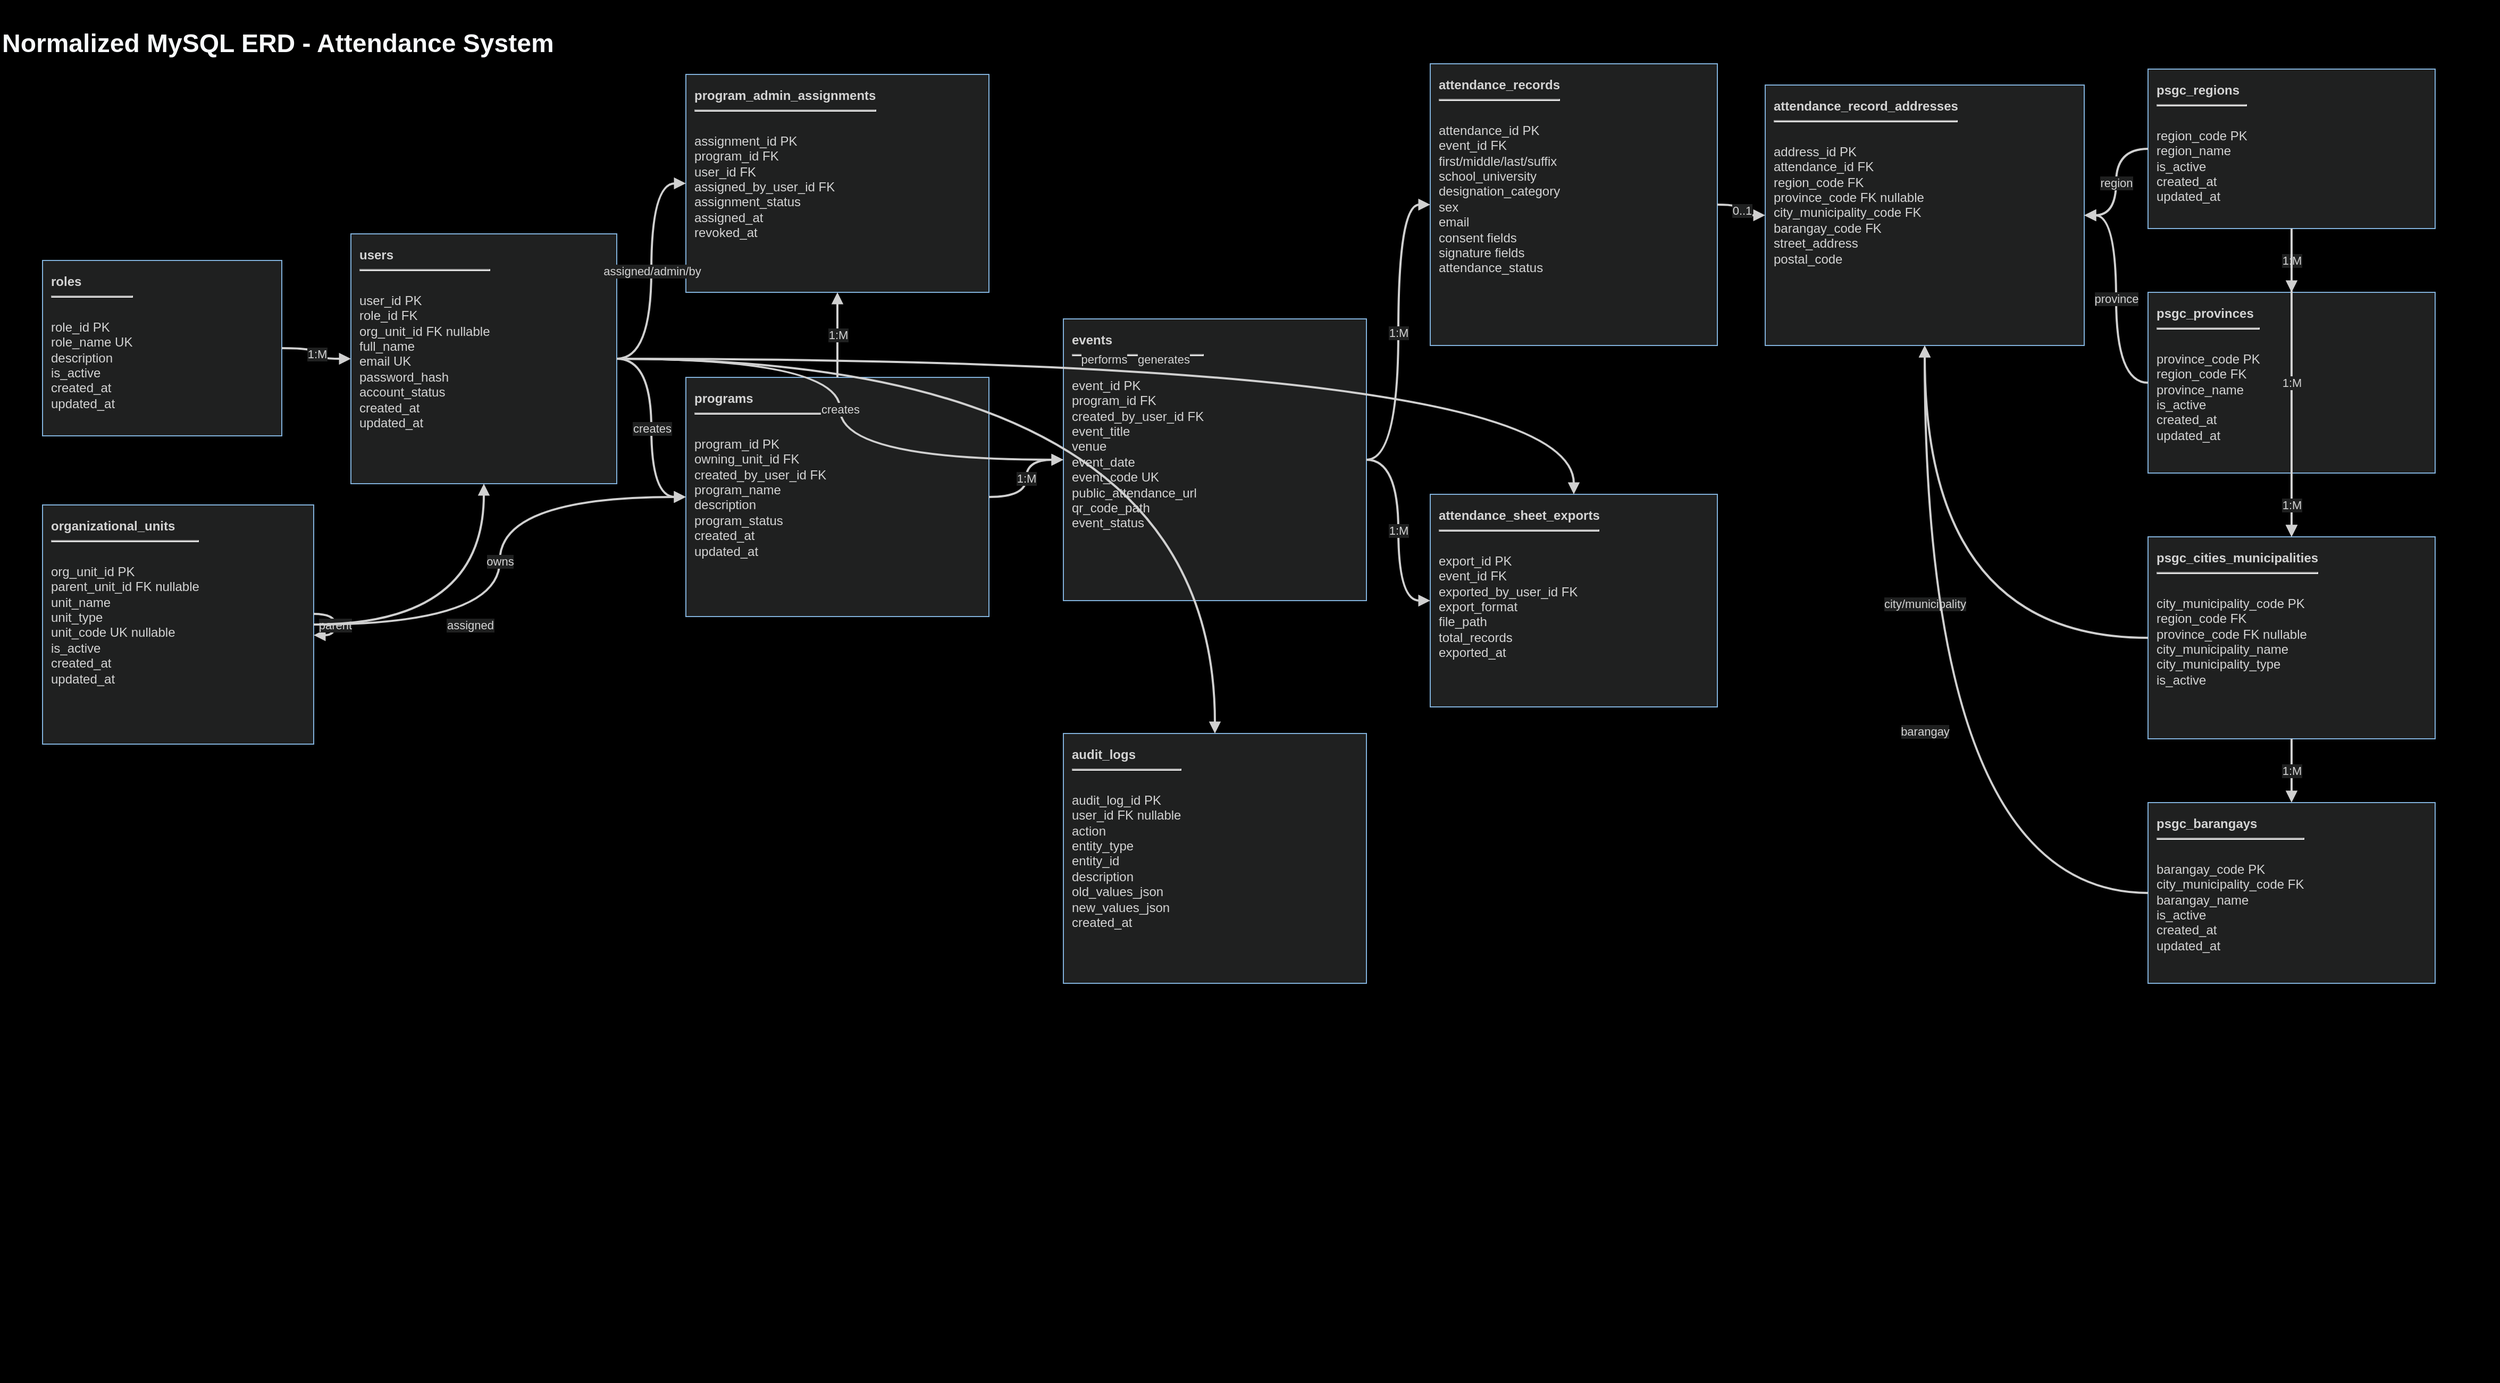
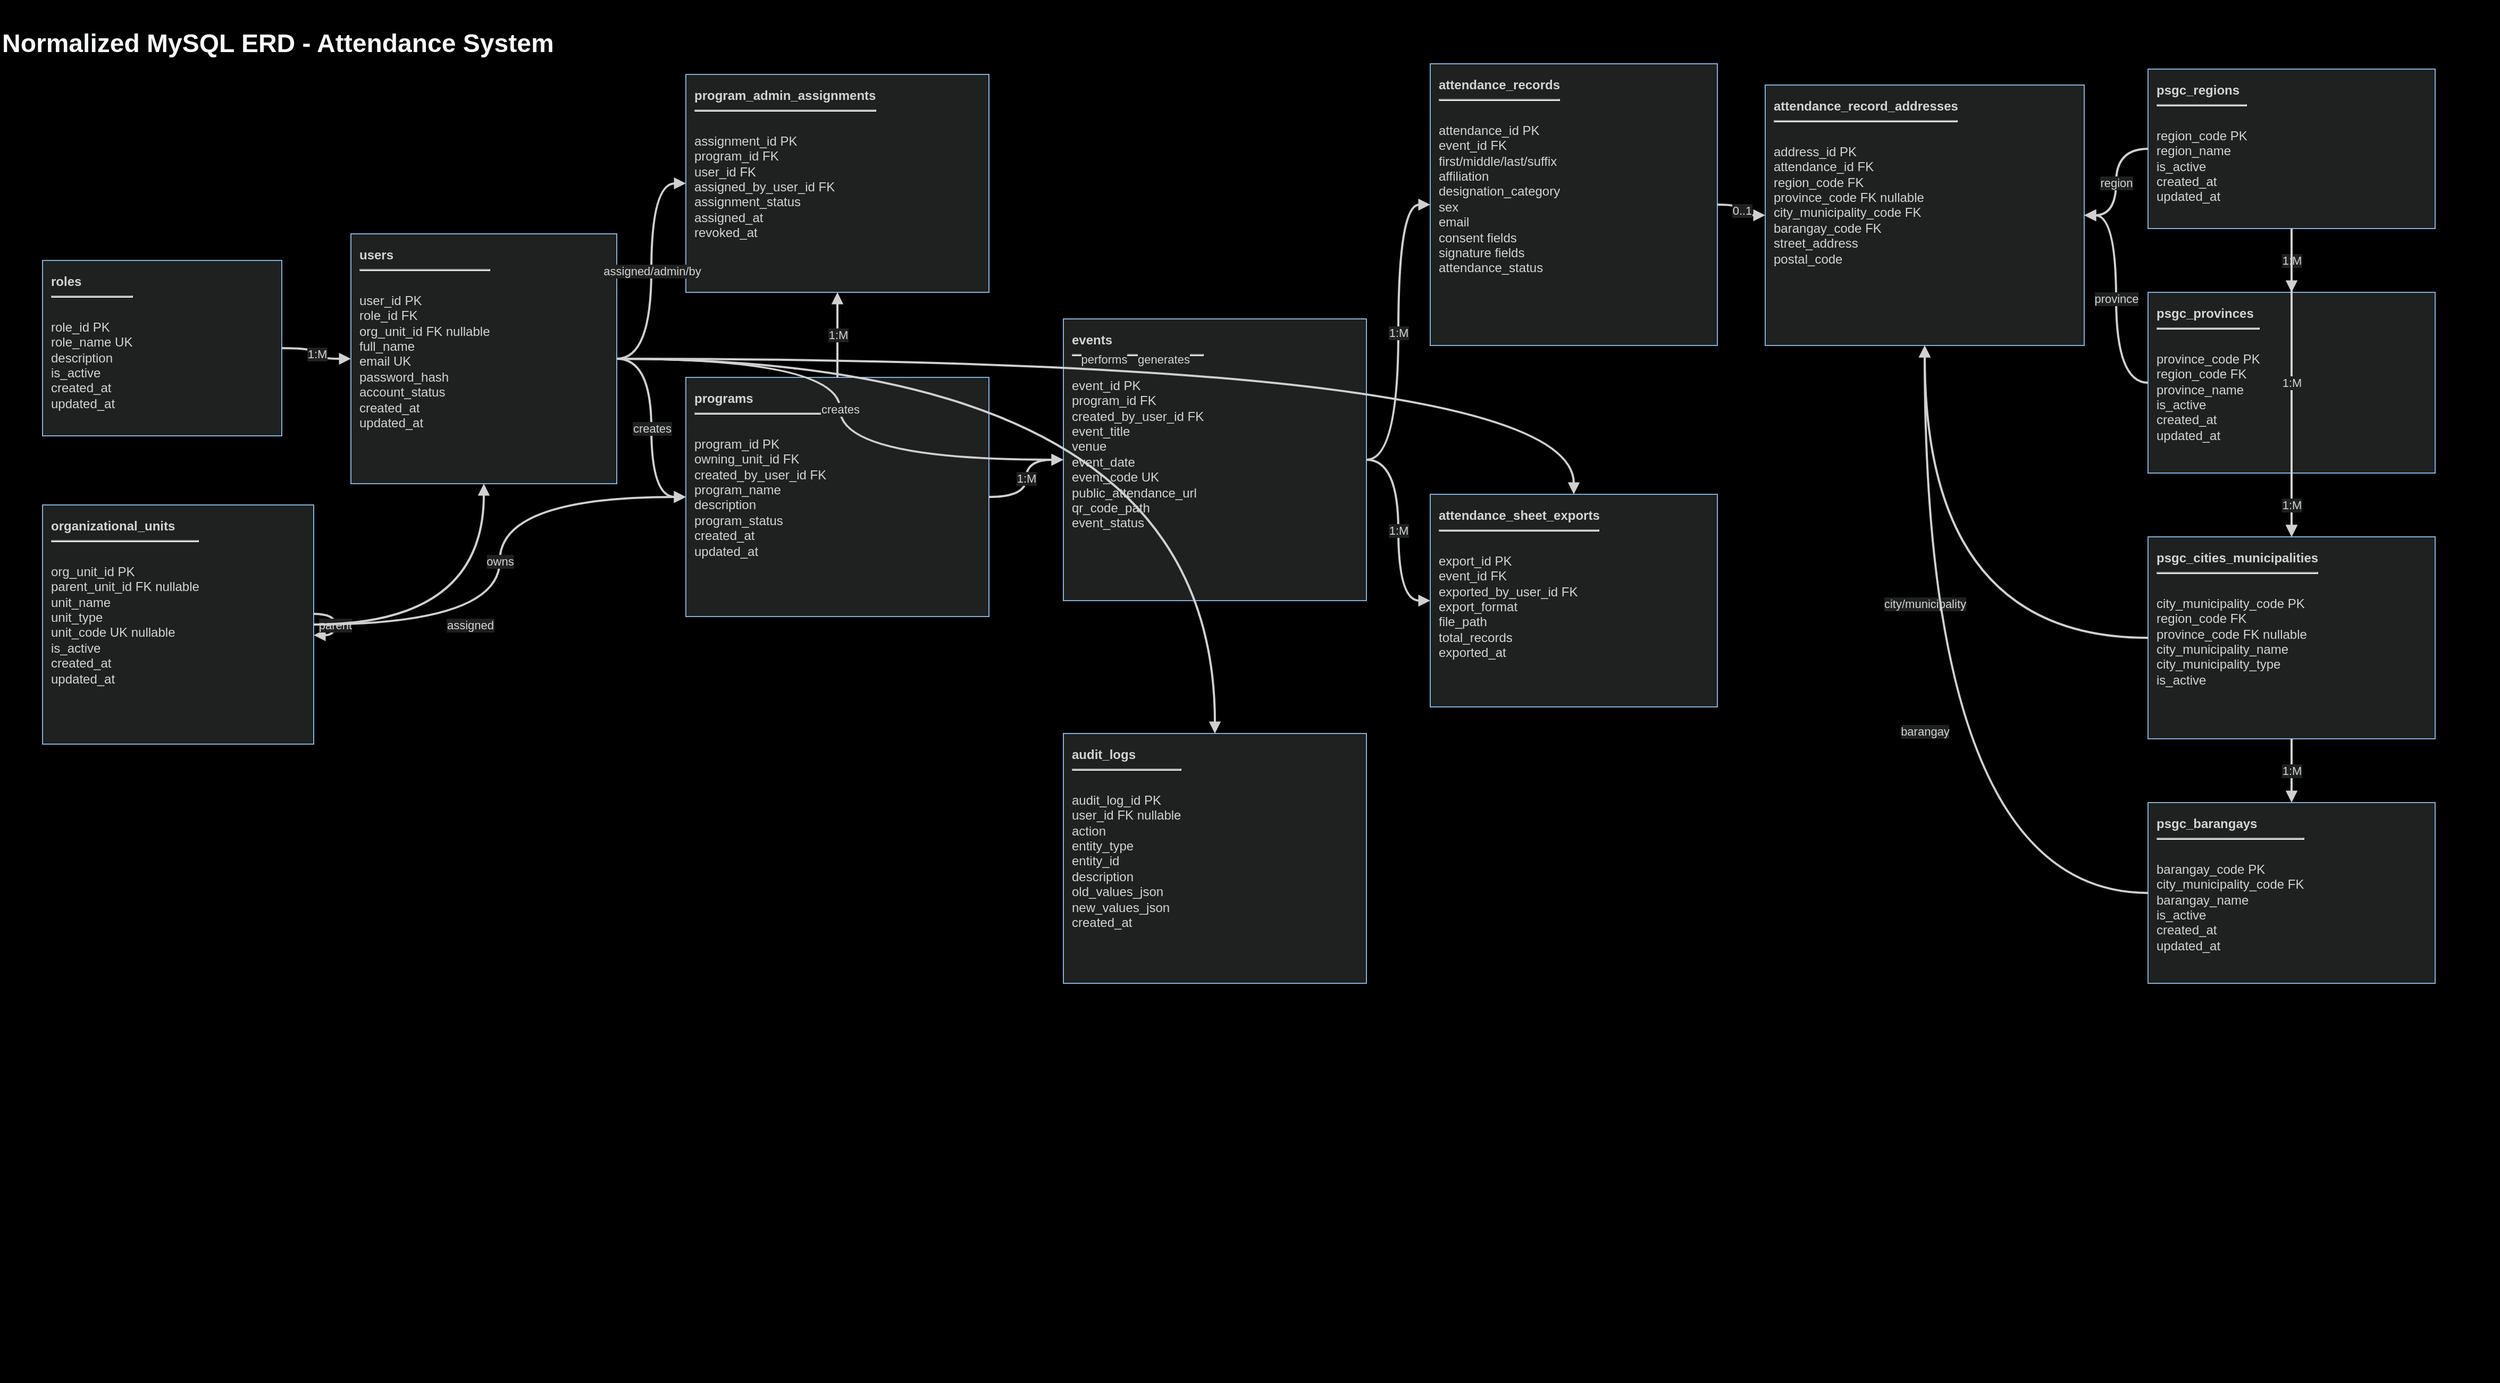
<?xml version='1.0' encoding='utf-8'?>
- <mxfile host="app.diagrams.net"><diagram name="Normalized MySQL ERD - Attendance System"><mxGraphModel dx="2350" dy="1300" grid="1" gridSize="10" guides="1" tooltips="1" connect="1" arrows="1" fold="1" page="1" pageScale="1" pageWidth="2350" pageHeight="1300" background="#000000" math="0" shadow="0"><root><mxCell id="0" /><mxCell id="1" parent="0" /><mxCell id="background" value="" style="rounded=0;whiteSpace=wrap;html=1;fillColor=#000000;strokeColor=none;locked=1;" vertex="1" parent="1"><mxGeometry x="0" y="0" width="2350" height="1300" as="geometry" /></mxCell><mxCell id="title" value="Normalized MySQL ERD - Attendance System" style="text;html=1;strokeColor=none;fillColor=none;fontColor=#f8fafc;fontStyle=1;fontSize=24;" vertex="1" parent="1"><mxGeometry x="0" y="20" width="2350" height="40" as="geometry" /></mxCell><mxCell id="roles" value="&lt;b&gt;roles&lt;/b&gt;&lt;br&gt;&lt;hr&gt;&lt;br&gt;role_id PK&lt;br&gt;role_name UK&lt;br&gt;description&lt;br&gt;is_active&lt;br&gt;created_at&lt;br&gt;updated_at" style="rounded=0;whiteSpace=wrap;html=1;strokeColor=#81B1DB;fillColor=#1f2020;fontColor=#d4d4d4;fontSize=12;spacing=8;align=left;verticalAlign=top;" vertex="1" parent="1"><mxGeometry x="40" y="245" width="225" height="165" as="geometry" /></mxCell><mxCell id="users" value="&lt;b&gt;users&lt;/b&gt;&lt;br&gt;&lt;hr&gt;&lt;br&gt;user_id PK&lt;br&gt;role_id FK&lt;br&gt;org_unit_id FK nullable&lt;br&gt;full_name&lt;br&gt;email UK&lt;br&gt;password_hash&lt;br&gt;account_status&lt;br&gt;created_at&lt;br&gt;updated_at" style="rounded=0;whiteSpace=wrap;html=1;strokeColor=#81B1DB;fillColor=#1f2020;fontColor=#d4d4d4;fontSize=12;spacing=8;align=left;verticalAlign=top;" vertex="1" parent="1"><mxGeometry x="330" y="220" width="250" height="235" as="geometry" /></mxCell><mxCell id="org_units" value="&lt;b&gt;organizational_units&lt;/b&gt;&lt;br&gt;&lt;hr&gt;&lt;br&gt;org_unit_id PK&lt;br&gt;parent_unit_id FK nullable&lt;br&gt;unit_name&lt;br&gt;unit_type&lt;br&gt;unit_code UK nullable&lt;br&gt;is_active&lt;br&gt;created_at&lt;br&gt;updated_at" style="rounded=0;whiteSpace=wrap;html=1;strokeColor=#81B1DB;fillColor=#1f2020;fontColor=#d4d4d4;fontSize=12;spacing=8;align=left;verticalAlign=top;" vertex="1" parent="1"><mxGeometry x="40" y="475" width="255" height="225" as="geometry" /></mxCell><mxCell id="assignments" value="&lt;b&gt;program_admin_assignments&lt;/b&gt;&lt;br&gt;&lt;hr&gt;&lt;br&gt;assignment_id PK&lt;br&gt;program_id FK&lt;br&gt;user_id FK&lt;br&gt;assigned_by_user_id FK&lt;br&gt;assignment_status&lt;br&gt;assigned_at&lt;br&gt;revoked_at" style="rounded=0;whiteSpace=wrap;html=1;strokeColor=#81B1DB;fillColor=#1f2020;fontColor=#d4d4d4;fontSize=12;spacing=8;align=left;verticalAlign=top;" vertex="1" parent="1"><mxGeometry x="645" y="70" width="285" height="205" as="geometry" /></mxCell><mxCell id="programs" value="&lt;b&gt;programs&lt;/b&gt;&lt;br&gt;&lt;hr&gt;&lt;br&gt;program_id PK&lt;br&gt;owning_unit_id FK&lt;br&gt;created_by_user_id FK&lt;br&gt;program_name&lt;br&gt;description&lt;br&gt;program_status&lt;br&gt;created_at&lt;br&gt;updated_at" style="rounded=0;whiteSpace=wrap;html=1;strokeColor=#81B1DB;fillColor=#1f2020;fontColor=#d4d4d4;fontSize=12;spacing=8;align=left;verticalAlign=top;" vertex="1" parent="1"><mxGeometry x="645" y="355" width="285" height="225" as="geometry" /></mxCell><mxCell id="events" value="&lt;b&gt;events&lt;/b&gt;&lt;br&gt;&lt;hr&gt;&lt;br&gt;event_id PK&lt;br&gt;program_id FK&lt;br&gt;created_by_user_id FK&lt;br&gt;event_title&lt;br&gt;venue&lt;br&gt;event_date&lt;br&gt;event_code UK&lt;br&gt;public_attendance_url&lt;br&gt;qr_code_path&lt;br&gt;event_status" style="rounded=0;whiteSpace=wrap;html=1;strokeColor=#81B1DB;fillColor=#1f2020;fontColor=#d4d4d4;fontSize=12;spacing=8;align=left;verticalAlign=top;" vertex="1" parent="1"><mxGeometry x="1000" y="300" width="285" height="265" as="geometry" /></mxCell><mxCell id="attendance" value="&lt;b&gt;attendance_records&lt;/b&gt;&lt;br&gt;&lt;hr&gt;&lt;br&gt;attendance_id PK&lt;br&gt;event_id FK&lt;br&gt;first/middle/last/suffix&lt;br&gt;school_university&lt;br&gt;designation_category&lt;br&gt;sex&lt;br&gt;email&lt;br&gt;consent fields&lt;br&gt;signature fields&lt;br&gt;attendance_status" style="rounded=0;whiteSpace=wrap;html=1;strokeColor=#81B1DB;fillColor=#1f2020;fontColor=#d4d4d4;fontSize=12;spacing=8;align=left;verticalAlign=top;" vertex="1" parent="1"><mxGeometry x="1345" y="60" width="270" height="265" as="geometry" /></mxCell><mxCell id="address" value="&lt;b&gt;attendance_record_addresses&lt;/b&gt;&lt;br&gt;&lt;hr&gt;&lt;br&gt;address_id PK&lt;br&gt;attendance_id FK&lt;br&gt;region_code FK&lt;br&gt;province_code FK nullable&lt;br&gt;city_municipality_code FK&lt;br&gt;barangay_code FK&lt;br&gt;street_address&lt;br&gt;postal_code" style="rounded=0;whiteSpace=wrap;html=1;strokeColor=#81B1DB;fillColor=#1f2020;fontColor=#d4d4d4;fontSize=12;spacing=8;align=left;verticalAlign=top;" vertex="1" parent="1"><mxGeometry x="1660" y="80" width="300" height="245" as="geometry" /></mxCell><mxCell id="exports" value="&lt;b&gt;attendance_sheet_exports&lt;/b&gt;&lt;br&gt;&lt;hr&gt;&lt;br&gt;export_id PK&lt;br&gt;event_id FK&lt;br&gt;exported_by_user_id FK&lt;br&gt;export_format&lt;br&gt;file_path&lt;br&gt;total_records&lt;br&gt;exported_at" style="rounded=0;whiteSpace=wrap;html=1;strokeColor=#81B1DB;fillColor=#1f2020;fontColor=#d4d4d4;fontSize=12;spacing=8;align=left;verticalAlign=top;" vertex="1" parent="1"><mxGeometry x="1345" y="465" width="270" height="200" as="geometry" /></mxCell><mxCell id="audit" value="&lt;b&gt;audit_logs&lt;/b&gt;&lt;br&gt;&lt;hr&gt;&lt;br&gt;audit_log_id PK&lt;br&gt;user_id FK nullable&lt;br&gt;action&lt;br&gt;entity_type&lt;br&gt;entity_id&lt;br&gt;description&lt;br&gt;old_values_json&lt;br&gt;new_values_json&lt;br&gt;created_at" style="rounded=0;whiteSpace=wrap;html=1;strokeColor=#81B1DB;fillColor=#1f2020;fontColor=#d4d4d4;fontSize=12;spacing=8;align=left;verticalAlign=top;" vertex="1" parent="1"><mxGeometry x="1000" y="690" width="285" height="235" as="geometry" /></mxCell><mxCell id="psgc_regions" value="&lt;b&gt;psgc_regions&lt;/b&gt;&lt;br&gt;&lt;hr&gt;&lt;br&gt;region_code PK&lt;br&gt;region_name&lt;br&gt;is_active&lt;br&gt;created_at&lt;br&gt;updated_at" style="rounded=0;whiteSpace=wrap;html=1;strokeColor=#81B1DB;fillColor=#1f2020;fontColor=#d4d4d4;fontSize=12;spacing=8;align=left;verticalAlign=top;" vertex="1" parent="1"><mxGeometry x="2020" y="65" width="270" height="150" as="geometry" /></mxCell><mxCell id="psgc_provinces" value="&lt;b&gt;psgc_provinces&lt;/b&gt;&lt;br&gt;&lt;hr&gt;&lt;br&gt;province_code PK&lt;br&gt;region_code FK&lt;br&gt;province_name&lt;br&gt;is_active&lt;br&gt;created_at&lt;br&gt;updated_at" style="rounded=0;whiteSpace=wrap;html=1;strokeColor=#81B1DB;fillColor=#1f2020;fontColor=#d4d4d4;fontSize=12;spacing=8;align=left;verticalAlign=top;" vertex="1" parent="1"><mxGeometry x="2020" y="275" width="270" height="170" as="geometry" /></mxCell><mxCell id="psgc_cities" value="&lt;b&gt;psgc_cities_municipalities&lt;/b&gt;&lt;br&gt;&lt;hr&gt;&lt;br&gt;city_municipality_code PK&lt;br&gt;region_code FK&lt;br&gt;province_code FK nullable&lt;br&gt;city_municipality_name&lt;br&gt;city_municipality_type&lt;br&gt;is_active" style="rounded=0;whiteSpace=wrap;html=1;strokeColor=#81B1DB;fillColor=#1f2020;fontColor=#d4d4d4;fontSize=12;spacing=8;align=left;verticalAlign=top;" vertex="1" parent="1"><mxGeometry x="2020" y="505" width="270" height="190" as="geometry" /></mxCell><mxCell id="psgc_barangays" value="&lt;b&gt;psgc_barangays&lt;/b&gt;&lt;br&gt;&lt;hr&gt;&lt;br&gt;barangay_code PK&lt;br&gt;city_municipality_code FK&lt;br&gt;barangay_name&lt;br&gt;is_active&lt;br&gt;created_at&lt;br&gt;updated_at" style="rounded=0;whiteSpace=wrap;html=1;strokeColor=#81B1DB;fillColor=#1f2020;fontColor=#d4d4d4;fontSize=12;spacing=8;align=left;verticalAlign=top;" vertex="1" parent="1"><mxGeometry x="2020" y="755" width="270" height="170" as="geometry" /></mxCell><mxCell id="e1" value="1:M" style="edgeStyle=orthogonalEdgeStyle;rounded=1;curved=1;html=1;endArrow=block;strokeColor=#d0d0d0;fontColor=#d4d4d4;fontSize=11;labelBackgroundColor=#1f2020;strokeWidth=2;" edge="1" parent="1" source="roles" target="users"><mxGeometry relative="1" as="geometry" /></mxCell><mxCell id="e2" value="parent" style="edgeStyle=orthogonalEdgeStyle;rounded=1;curved=1;html=1;endArrow=block;strokeColor=#d0d0d0;fontColor=#d4d4d4;fontSize=11;labelBackgroundColor=#1f2020;strokeWidth=2;" edge="1" parent="1" source="org_units" target="org_units"><mxGeometry relative="1" as="geometry" /></mxCell><mxCell id="e3" value="assigned" style="edgeStyle=orthogonalEdgeStyle;rounded=1;curved=1;html=1;endArrow=block;strokeColor=#d0d0d0;fontColor=#d4d4d4;fontSize=11;labelBackgroundColor=#1f2020;strokeWidth=2;" edge="1" parent="1" source="org_units" target="users"><mxGeometry relative="1" as="geometry" /></mxCell><mxCell id="e4" value="owns" style="edgeStyle=orthogonalEdgeStyle;rounded=1;curved=1;html=1;endArrow=block;strokeColor=#d0d0d0;fontColor=#d4d4d4;fontSize=11;labelBackgroundColor=#1f2020;strokeWidth=2;" edge="1" parent="1" source="org_units" target="programs"><mxGeometry relative="1" as="geometry" /></mxCell><mxCell id="e5" value="creates" style="edgeStyle=orthogonalEdgeStyle;rounded=1;curved=1;html=1;endArrow=block;strokeColor=#d0d0d0;fontColor=#d4d4d4;fontSize=11;labelBackgroundColor=#1f2020;strokeWidth=2;" edge="1" parent="1" source="users" target="programs"><mxGeometry relative="1" as="geometry" /></mxCell><mxCell id="e6" value="assigned/admin/by" style="edgeStyle=orthogonalEdgeStyle;rounded=1;curved=1;html=1;endArrow=block;strokeColor=#d0d0d0;fontColor=#d4d4d4;fontSize=11;labelBackgroundColor=#1f2020;strokeWidth=2;" edge="1" parent="1" source="users" target="assignments"><mxGeometry relative="1" as="geometry" /></mxCell><mxCell id="e7" value="1:M" style="edgeStyle=orthogonalEdgeStyle;rounded=1;curved=1;html=1;endArrow=block;strokeColor=#d0d0d0;fontColor=#d4d4d4;fontSize=11;labelBackgroundColor=#1f2020;strokeWidth=2;" edge="1" parent="1" source="programs" target="assignments"><mxGeometry relative="1" as="geometry" /></mxCell><mxCell id="e8" value="1:M" style="edgeStyle=orthogonalEdgeStyle;rounded=1;curved=1;html=1;endArrow=block;strokeColor=#d0d0d0;fontColor=#d4d4d4;fontSize=11;labelBackgroundColor=#1f2020;strokeWidth=2;" edge="1" parent="1" source="programs" target="events"><mxGeometry relative="1" as="geometry" /></mxCell><mxCell id="e9" value="creates" style="edgeStyle=orthogonalEdgeStyle;rounded=1;curved=1;html=1;endArrow=block;strokeColor=#d0d0d0;fontColor=#d4d4d4;fontSize=11;labelBackgroundColor=#1f2020;strokeWidth=2;" edge="1" parent="1" source="users" target="events"><mxGeometry relative="1" as="geometry" /></mxCell><mxCell id="e10" value="1:M" style="edgeStyle=orthogonalEdgeStyle;rounded=1;curved=1;html=1;endArrow=block;strokeColor=#d0d0d0;fontColor=#d4d4d4;fontSize=11;labelBackgroundColor=#1f2020;strokeWidth=2;" edge="1" parent="1" source="events" target="attendance"><mxGeometry relative="1" as="geometry" /></mxCell><mxCell id="e11" value="0..1" style="edgeStyle=orthogonalEdgeStyle;rounded=1;curved=1;html=1;endArrow=block;strokeColor=#d0d0d0;fontColor=#d4d4d4;fontSize=11;labelBackgroundColor=#1f2020;strokeWidth=2;" edge="1" parent="1" source="attendance" target="address"><mxGeometry relative="1" as="geometry" /></mxCell><mxCell id="e12" value="1:M" style="edgeStyle=orthogonalEdgeStyle;rounded=1;curved=1;html=1;endArrow=block;strokeColor=#d0d0d0;fontColor=#d4d4d4;fontSize=11;labelBackgroundColor=#1f2020;strokeWidth=2;" edge="1" parent="1" source="events" target="exports"><mxGeometry relative="1" as="geometry" /></mxCell><mxCell id="e13" value="generates" style="edgeStyle=orthogonalEdgeStyle;rounded=1;curved=1;html=1;endArrow=block;strokeColor=#d0d0d0;fontColor=#d4d4d4;fontSize=11;labelBackgroundColor=#1f2020;strokeWidth=2;" edge="1" parent="1" source="users" target="exports"><mxGeometry relative="1" as="geometry" /></mxCell><mxCell id="e14" value="performs" style="edgeStyle=orthogonalEdgeStyle;rounded=1;curved=1;html=1;endArrow=block;strokeColor=#d0d0d0;fontColor=#d4d4d4;fontSize=11;labelBackgroundColor=#1f2020;strokeWidth=2;" edge="1" parent="1" source="users" target="audit"><mxGeometry relative="1" as="geometry" /></mxCell><mxCell id="e15" value="1:M" style="edgeStyle=orthogonalEdgeStyle;rounded=1;curved=1;html=1;endArrow=block;strokeColor=#d0d0d0;fontColor=#d4d4d4;fontSize=11;labelBackgroundColor=#1f2020;strokeWidth=2;" edge="1" parent="1" source="psgc_regions" target="psgc_provinces"><mxGeometry relative="1" as="geometry" /></mxCell><mxCell id="e16" value="1:M" style="edgeStyle=orthogonalEdgeStyle;rounded=1;curved=1;html=1;endArrow=block;strokeColor=#d0d0d0;fontColor=#d4d4d4;fontSize=11;labelBackgroundColor=#1f2020;strokeWidth=2;" edge="1" parent="1" source="psgc_regions" target="psgc_cities"><mxGeometry relative="1" as="geometry" /></mxCell><mxCell id="e17" value="1:M" style="edgeStyle=orthogonalEdgeStyle;rounded=1;curved=1;html=1;endArrow=block;strokeColor=#d0d0d0;fontColor=#d4d4d4;fontSize=11;labelBackgroundColor=#1f2020;strokeWidth=2;" edge="1" parent="1" source="psgc_provinces" target="psgc_cities"><mxGeometry relative="1" as="geometry" /></mxCell><mxCell id="e18" value="1:M" style="edgeStyle=orthogonalEdgeStyle;rounded=1;curved=1;html=1;endArrow=block;strokeColor=#d0d0d0;fontColor=#d4d4d4;fontSize=11;labelBackgroundColor=#1f2020;strokeWidth=2;" edge="1" parent="1" source="psgc_cities" target="psgc_barangays"><mxGeometry relative="1" as="geometry" /></mxCell><mxCell id="e19" value="region" style="edgeStyle=orthogonalEdgeStyle;rounded=1;curved=1;html=1;endArrow=block;strokeColor=#d0d0d0;fontColor=#d4d4d4;fontSize=11;labelBackgroundColor=#1f2020;strokeWidth=2;" edge="1" parent="1" source="psgc_regions" target="address"><mxGeometry relative="1" as="geometry" /></mxCell><mxCell id="e20" value="province" style="edgeStyle=orthogonalEdgeStyle;rounded=1;curved=1;html=1;endArrow=block;strokeColor=#d0d0d0;fontColor=#d4d4d4;fontSize=11;labelBackgroundColor=#1f2020;strokeWidth=2;" edge="1" parent="1" source="psgc_provinces" target="address"><mxGeometry relative="1" as="geometry" /></mxCell><mxCell id="e21" value="city/municipality" style="edgeStyle=orthogonalEdgeStyle;rounded=1;curved=1;html=1;endArrow=block;strokeColor=#d0d0d0;fontColor=#d4d4d4;fontSize=11;labelBackgroundColor=#1f2020;strokeWidth=2;" edge="1" parent="1" source="psgc_cities" target="address"><mxGeometry relative="1" as="geometry" /></mxCell><mxCell id="e22" value="barangay" style="edgeStyle=orthogonalEdgeStyle;rounded=1;curved=1;html=1;endArrow=block;strokeColor=#d0d0d0;fontColor=#d4d4d4;fontSize=11;labelBackgroundColor=#1f2020;strokeWidth=2;" edge="1" parent="1" source="psgc_barangays" target="address"><mxGeometry relative="1" as="geometry" /></mxCell></root></mxGraphModel></diagram></mxfile>+ <mxfile host="app.diagrams.net"><diagram name="Normalized MySQL ERD - Attendance System"><mxGraphModel dx="2350" dy="1300" grid="1" gridSize="10" guides="1" tooltips="1" connect="1" arrows="1" fold="1" page="1" pageScale="1" pageWidth="2350" pageHeight="1300" background="#000000" math="0" shadow="0"><root><mxCell id="0" /><mxCell id="1" parent="0" /><mxCell id="background" value="" style="rounded=0;whiteSpace=wrap;html=1;fillColor=#000000;strokeColor=none;locked=1;" vertex="1" parent="1"><mxGeometry x="0" y="0" width="2350" height="1300" as="geometry" /></mxCell><mxCell id="title" value="Normalized MySQL ERD - Attendance System" style="text;html=1;strokeColor=none;fillColor=none;fontColor=#f8fafc;fontStyle=1;fontSize=24;" vertex="1" parent="1"><mxGeometry x="0" y="20" width="2350" height="40" as="geometry" /></mxCell><mxCell id="roles" value="&lt;b&gt;roles&lt;/b&gt;&lt;br&gt;&lt;hr&gt;&lt;br&gt;role_id PK&lt;br&gt;role_name UK&lt;br&gt;description&lt;br&gt;is_active&lt;br&gt;created_at&lt;br&gt;updated_at" style="rounded=0;whiteSpace=wrap;html=1;strokeColor=#81B1DB;fillColor=#1f2020;fontColor=#d4d4d4;fontSize=12;spacing=8;align=left;verticalAlign=top;" vertex="1" parent="1"><mxGeometry x="40" y="245" width="225" height="165" as="geometry" /></mxCell><mxCell id="users" value="&lt;b&gt;users&lt;/b&gt;&lt;br&gt;&lt;hr&gt;&lt;br&gt;user_id PK&lt;br&gt;role_id FK&lt;br&gt;org_unit_id FK nullable&lt;br&gt;full_name&lt;br&gt;email UK&lt;br&gt;password_hash&lt;br&gt;account_status&lt;br&gt;created_at&lt;br&gt;updated_at" style="rounded=0;whiteSpace=wrap;html=1;strokeColor=#81B1DB;fillColor=#1f2020;fontColor=#d4d4d4;fontSize=12;spacing=8;align=left;verticalAlign=top;" vertex="1" parent="1"><mxGeometry x="330" y="220" width="250" height="235" as="geometry" /></mxCell><mxCell id="org_units" value="&lt;b&gt;organizational_units&lt;/b&gt;&lt;br&gt;&lt;hr&gt;&lt;br&gt;org_unit_id PK&lt;br&gt;parent_unit_id FK nullable&lt;br&gt;unit_name&lt;br&gt;unit_type&lt;br&gt;unit_code UK nullable&lt;br&gt;is_active&lt;br&gt;created_at&lt;br&gt;updated_at" style="rounded=0;whiteSpace=wrap;html=1;strokeColor=#81B1DB;fillColor=#1f2020;fontColor=#d4d4d4;fontSize=12;spacing=8;align=left;verticalAlign=top;" vertex="1" parent="1"><mxGeometry x="40" y="475" width="255" height="225" as="geometry" /></mxCell><mxCell id="assignments" value="&lt;b&gt;program_admin_assignments&lt;/b&gt;&lt;br&gt;&lt;hr&gt;&lt;br&gt;assignment_id PK&lt;br&gt;program_id FK&lt;br&gt;user_id FK&lt;br&gt;assigned_by_user_id FK&lt;br&gt;assignment_status&lt;br&gt;assigned_at&lt;br&gt;revoked_at" style="rounded=0;whiteSpace=wrap;html=1;strokeColor=#81B1DB;fillColor=#1f2020;fontColor=#d4d4d4;fontSize=12;spacing=8;align=left;verticalAlign=top;" vertex="1" parent="1"><mxGeometry x="645" y="70" width="285" height="205" as="geometry" /></mxCell><mxCell id="programs" value="&lt;b&gt;programs&lt;/b&gt;&lt;br&gt;&lt;hr&gt;&lt;br&gt;program_id PK&lt;br&gt;owning_unit_id FK&lt;br&gt;created_by_user_id FK&lt;br&gt;program_name&lt;br&gt;description&lt;br&gt;program_status&lt;br&gt;created_at&lt;br&gt;updated_at" style="rounded=0;whiteSpace=wrap;html=1;strokeColor=#81B1DB;fillColor=#1f2020;fontColor=#d4d4d4;fontSize=12;spacing=8;align=left;verticalAlign=top;" vertex="1" parent="1"><mxGeometry x="645" y="355" width="285" height="225" as="geometry" /></mxCell><mxCell id="events" value="&lt;b&gt;events&lt;/b&gt;&lt;br&gt;&lt;hr&gt;&lt;br&gt;event_id PK&lt;br&gt;program_id FK&lt;br&gt;created_by_user_id FK&lt;br&gt;event_title&lt;br&gt;venue&lt;br&gt;event_date&lt;br&gt;event_code UK&lt;br&gt;public_attendance_url&lt;br&gt;qr_code_path&lt;br&gt;event_status" style="rounded=0;whiteSpace=wrap;html=1;strokeColor=#81B1DB;fillColor=#1f2020;fontColor=#d4d4d4;fontSize=12;spacing=8;align=left;verticalAlign=top;" vertex="1" parent="1"><mxGeometry x="1000" y="300" width="285" height="265" as="geometry" /></mxCell><mxCell id="attendance" value="&lt;b&gt;attendance_records&lt;/b&gt;&lt;br&gt;&lt;hr&gt;&lt;br&gt;attendance_id PK&lt;br&gt;event_id FK&lt;br&gt;first/middle/last/suffix&lt;br&gt;affiliation&lt;br&gt;designation_category&lt;br&gt;sex&lt;br&gt;email&lt;br&gt;consent fields&lt;br&gt;signature fields&lt;br&gt;attendance_status" style="rounded=0;whiteSpace=wrap;html=1;strokeColor=#81B1DB;fillColor=#1f2020;fontColor=#d4d4d4;fontSize=12;spacing=8;align=left;verticalAlign=top;" vertex="1" parent="1"><mxGeometry x="1345" y="60" width="270" height="265" as="geometry" /></mxCell><mxCell id="address" value="&lt;b&gt;attendance_record_addresses&lt;/b&gt;&lt;br&gt;&lt;hr&gt;&lt;br&gt;address_id PK&lt;br&gt;attendance_id FK&lt;br&gt;region_code FK&lt;br&gt;province_code FK nullable&lt;br&gt;city_municipality_code FK&lt;br&gt;barangay_code FK&lt;br&gt;street_address&lt;br&gt;postal_code" style="rounded=0;whiteSpace=wrap;html=1;strokeColor=#81B1DB;fillColor=#1f2020;fontColor=#d4d4d4;fontSize=12;spacing=8;align=left;verticalAlign=top;" vertex="1" parent="1"><mxGeometry x="1660" y="80" width="300" height="245" as="geometry" /></mxCell><mxCell id="exports" value="&lt;b&gt;attendance_sheet_exports&lt;/b&gt;&lt;br&gt;&lt;hr&gt;&lt;br&gt;export_id PK&lt;br&gt;event_id FK&lt;br&gt;exported_by_user_id FK&lt;br&gt;export_format&lt;br&gt;file_path&lt;br&gt;total_records&lt;br&gt;exported_at" style="rounded=0;whiteSpace=wrap;html=1;strokeColor=#81B1DB;fillColor=#1f2020;fontColor=#d4d4d4;fontSize=12;spacing=8;align=left;verticalAlign=top;" vertex="1" parent="1"><mxGeometry x="1345" y="465" width="270" height="200" as="geometry" /></mxCell><mxCell id="audit" value="&lt;b&gt;audit_logs&lt;/b&gt;&lt;br&gt;&lt;hr&gt;&lt;br&gt;audit_log_id PK&lt;br&gt;user_id FK nullable&lt;br&gt;action&lt;br&gt;entity_type&lt;br&gt;entity_id&lt;br&gt;description&lt;br&gt;old_values_json&lt;br&gt;new_values_json&lt;br&gt;created_at" style="rounded=0;whiteSpace=wrap;html=1;strokeColor=#81B1DB;fillColor=#1f2020;fontColor=#d4d4d4;fontSize=12;spacing=8;align=left;verticalAlign=top;" vertex="1" parent="1"><mxGeometry x="1000" y="690" width="285" height="235" as="geometry" /></mxCell><mxCell id="psgc_regions" value="&lt;b&gt;psgc_regions&lt;/b&gt;&lt;br&gt;&lt;hr&gt;&lt;br&gt;region_code PK&lt;br&gt;region_name&lt;br&gt;is_active&lt;br&gt;created_at&lt;br&gt;updated_at" style="rounded=0;whiteSpace=wrap;html=1;strokeColor=#81B1DB;fillColor=#1f2020;fontColor=#d4d4d4;fontSize=12;spacing=8;align=left;verticalAlign=top;" vertex="1" parent="1"><mxGeometry x="2020" y="65" width="270" height="150" as="geometry" /></mxCell><mxCell id="psgc_provinces" value="&lt;b&gt;psgc_provinces&lt;/b&gt;&lt;br&gt;&lt;hr&gt;&lt;br&gt;province_code PK&lt;br&gt;region_code FK&lt;br&gt;province_name&lt;br&gt;is_active&lt;br&gt;created_at&lt;br&gt;updated_at" style="rounded=0;whiteSpace=wrap;html=1;strokeColor=#81B1DB;fillColor=#1f2020;fontColor=#d4d4d4;fontSize=12;spacing=8;align=left;verticalAlign=top;" vertex="1" parent="1"><mxGeometry x="2020" y="275" width="270" height="170" as="geometry" /></mxCell><mxCell id="psgc_cities" value="&lt;b&gt;psgc_cities_municipalities&lt;/b&gt;&lt;br&gt;&lt;hr&gt;&lt;br&gt;city_municipality_code PK&lt;br&gt;region_code FK&lt;br&gt;province_code FK nullable&lt;br&gt;city_municipality_name&lt;br&gt;city_municipality_type&lt;br&gt;is_active" style="rounded=0;whiteSpace=wrap;html=1;strokeColor=#81B1DB;fillColor=#1f2020;fontColor=#d4d4d4;fontSize=12;spacing=8;align=left;verticalAlign=top;" vertex="1" parent="1"><mxGeometry x="2020" y="505" width="270" height="190" as="geometry" /></mxCell><mxCell id="psgc_barangays" value="&lt;b&gt;psgc_barangays&lt;/b&gt;&lt;br&gt;&lt;hr&gt;&lt;br&gt;barangay_code PK&lt;br&gt;city_municipality_code FK&lt;br&gt;barangay_name&lt;br&gt;is_active&lt;br&gt;created_at&lt;br&gt;updated_at" style="rounded=0;whiteSpace=wrap;html=1;strokeColor=#81B1DB;fillColor=#1f2020;fontColor=#d4d4d4;fontSize=12;spacing=8;align=left;verticalAlign=top;" vertex="1" parent="1"><mxGeometry x="2020" y="755" width="270" height="170" as="geometry" /></mxCell><mxCell id="e1" value="1:M" style="edgeStyle=orthogonalEdgeStyle;rounded=1;curved=1;html=1;endArrow=block;strokeColor=#d0d0d0;fontColor=#d4d4d4;fontSize=11;labelBackgroundColor=#1f2020;strokeWidth=2;" edge="1" parent="1" source="roles" target="users"><mxGeometry relative="1" as="geometry" /></mxCell><mxCell id="e2" value="parent" style="edgeStyle=orthogonalEdgeStyle;rounded=1;curved=1;html=1;endArrow=block;strokeColor=#d0d0d0;fontColor=#d4d4d4;fontSize=11;labelBackgroundColor=#1f2020;strokeWidth=2;" edge="1" parent="1" source="org_units" target="org_units"><mxGeometry relative="1" as="geometry" /></mxCell><mxCell id="e3" value="assigned" style="edgeStyle=orthogonalEdgeStyle;rounded=1;curved=1;html=1;endArrow=block;strokeColor=#d0d0d0;fontColor=#d4d4d4;fontSize=11;labelBackgroundColor=#1f2020;strokeWidth=2;" edge="1" parent="1" source="org_units" target="users"><mxGeometry relative="1" as="geometry" /></mxCell><mxCell id="e4" value="owns" style="edgeStyle=orthogonalEdgeStyle;rounded=1;curved=1;html=1;endArrow=block;strokeColor=#d0d0d0;fontColor=#d4d4d4;fontSize=11;labelBackgroundColor=#1f2020;strokeWidth=2;" edge="1" parent="1" source="org_units" target="programs"><mxGeometry relative="1" as="geometry" /></mxCell><mxCell id="e5" value="creates" style="edgeStyle=orthogonalEdgeStyle;rounded=1;curved=1;html=1;endArrow=block;strokeColor=#d0d0d0;fontColor=#d4d4d4;fontSize=11;labelBackgroundColor=#1f2020;strokeWidth=2;" edge="1" parent="1" source="users" target="programs"><mxGeometry relative="1" as="geometry" /></mxCell><mxCell id="e6" value="assigned/admin/by" style="edgeStyle=orthogonalEdgeStyle;rounded=1;curved=1;html=1;endArrow=block;strokeColor=#d0d0d0;fontColor=#d4d4d4;fontSize=11;labelBackgroundColor=#1f2020;strokeWidth=2;" edge="1" parent="1" source="users" target="assignments"><mxGeometry relative="1" as="geometry" /></mxCell><mxCell id="e7" value="1:M" style="edgeStyle=orthogonalEdgeStyle;rounded=1;curved=1;html=1;endArrow=block;strokeColor=#d0d0d0;fontColor=#d4d4d4;fontSize=11;labelBackgroundColor=#1f2020;strokeWidth=2;" edge="1" parent="1" source="programs" target="assignments"><mxGeometry relative="1" as="geometry" /></mxCell><mxCell id="e8" value="1:M" style="edgeStyle=orthogonalEdgeStyle;rounded=1;curved=1;html=1;endArrow=block;strokeColor=#d0d0d0;fontColor=#d4d4d4;fontSize=11;labelBackgroundColor=#1f2020;strokeWidth=2;" edge="1" parent="1" source="programs" target="events"><mxGeometry relative="1" as="geometry" /></mxCell><mxCell id="e9" value="creates" style="edgeStyle=orthogonalEdgeStyle;rounded=1;curved=1;html=1;endArrow=block;strokeColor=#d0d0d0;fontColor=#d4d4d4;fontSize=11;labelBackgroundColor=#1f2020;strokeWidth=2;" edge="1" parent="1" source="users" target="events"><mxGeometry relative="1" as="geometry" /></mxCell><mxCell id="e10" value="1:M" style="edgeStyle=orthogonalEdgeStyle;rounded=1;curved=1;html=1;endArrow=block;strokeColor=#d0d0d0;fontColor=#d4d4d4;fontSize=11;labelBackgroundColor=#1f2020;strokeWidth=2;" edge="1" parent="1" source="events" target="attendance"><mxGeometry relative="1" as="geometry" /></mxCell><mxCell id="e11" value="0..1" style="edgeStyle=orthogonalEdgeStyle;rounded=1;curved=1;html=1;endArrow=block;strokeColor=#d0d0d0;fontColor=#d4d4d4;fontSize=11;labelBackgroundColor=#1f2020;strokeWidth=2;" edge="1" parent="1" source="attendance" target="address"><mxGeometry relative="1" as="geometry" /></mxCell><mxCell id="e12" value="1:M" style="edgeStyle=orthogonalEdgeStyle;rounded=1;curved=1;html=1;endArrow=block;strokeColor=#d0d0d0;fontColor=#d4d4d4;fontSize=11;labelBackgroundColor=#1f2020;strokeWidth=2;" edge="1" parent="1" source="events" target="exports"><mxGeometry relative="1" as="geometry" /></mxCell><mxCell id="e13" value="generates" style="edgeStyle=orthogonalEdgeStyle;rounded=1;curved=1;html=1;endArrow=block;strokeColor=#d0d0d0;fontColor=#d4d4d4;fontSize=11;labelBackgroundColor=#1f2020;strokeWidth=2;" edge="1" parent="1" source="users" target="exports"><mxGeometry relative="1" as="geometry" /></mxCell><mxCell id="e14" value="performs" style="edgeStyle=orthogonalEdgeStyle;rounded=1;curved=1;html=1;endArrow=block;strokeColor=#d0d0d0;fontColor=#d4d4d4;fontSize=11;labelBackgroundColor=#1f2020;strokeWidth=2;" edge="1" parent="1" source="users" target="audit"><mxGeometry relative="1" as="geometry" /></mxCell><mxCell id="e15" value="1:M" style="edgeStyle=orthogonalEdgeStyle;rounded=1;curved=1;html=1;endArrow=block;strokeColor=#d0d0d0;fontColor=#d4d4d4;fontSize=11;labelBackgroundColor=#1f2020;strokeWidth=2;" edge="1" parent="1" source="psgc_regions" target="psgc_provinces"><mxGeometry relative="1" as="geometry" /></mxCell><mxCell id="e16" value="1:M" style="edgeStyle=orthogonalEdgeStyle;rounded=1;curved=1;html=1;endArrow=block;strokeColor=#d0d0d0;fontColor=#d4d4d4;fontSize=11;labelBackgroundColor=#1f2020;strokeWidth=2;" edge="1" parent="1" source="psgc_regions" target="psgc_cities"><mxGeometry relative="1" as="geometry" /></mxCell><mxCell id="e17" value="1:M" style="edgeStyle=orthogonalEdgeStyle;rounded=1;curved=1;html=1;endArrow=block;strokeColor=#d0d0d0;fontColor=#d4d4d4;fontSize=11;labelBackgroundColor=#1f2020;strokeWidth=2;" edge="1" parent="1" source="psgc_provinces" target="psgc_cities"><mxGeometry relative="1" as="geometry" /></mxCell><mxCell id="e18" value="1:M" style="edgeStyle=orthogonalEdgeStyle;rounded=1;curved=1;html=1;endArrow=block;strokeColor=#d0d0d0;fontColor=#d4d4d4;fontSize=11;labelBackgroundColor=#1f2020;strokeWidth=2;" edge="1" parent="1" source="psgc_cities" target="psgc_barangays"><mxGeometry relative="1" as="geometry" /></mxCell><mxCell id="e19" value="region" style="edgeStyle=orthogonalEdgeStyle;rounded=1;curved=1;html=1;endArrow=block;strokeColor=#d0d0d0;fontColor=#d4d4d4;fontSize=11;labelBackgroundColor=#1f2020;strokeWidth=2;" edge="1" parent="1" source="psgc_regions" target="address"><mxGeometry relative="1" as="geometry" /></mxCell><mxCell id="e20" value="province" style="edgeStyle=orthogonalEdgeStyle;rounded=1;curved=1;html=1;endArrow=block;strokeColor=#d0d0d0;fontColor=#d4d4d4;fontSize=11;labelBackgroundColor=#1f2020;strokeWidth=2;" edge="1" parent="1" source="psgc_provinces" target="address"><mxGeometry relative="1" as="geometry" /></mxCell><mxCell id="e21" value="city/municipality" style="edgeStyle=orthogonalEdgeStyle;rounded=1;curved=1;html=1;endArrow=block;strokeColor=#d0d0d0;fontColor=#d4d4d4;fontSize=11;labelBackgroundColor=#1f2020;strokeWidth=2;" edge="1" parent="1" source="psgc_cities" target="address"><mxGeometry relative="1" as="geometry" /></mxCell><mxCell id="e22" value="barangay" style="edgeStyle=orthogonalEdgeStyle;rounded=1;curved=1;html=1;endArrow=block;strokeColor=#d0d0d0;fontColor=#d4d4d4;fontSize=11;labelBackgroundColor=#1f2020;strokeWidth=2;" edge="1" parent="1" source="psgc_barangays" target="address"><mxGeometry relative="1" as="geometry" /></mxCell></root></mxGraphModel></diagram></mxfile>